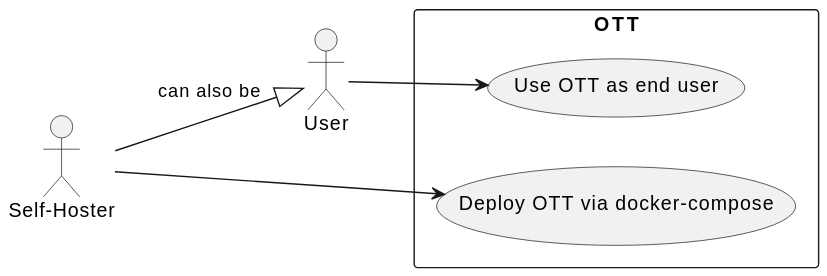
This is figures/use-case-self-host.svg from dyc3/senior-design, a PlantUML export, as it was before one commit.
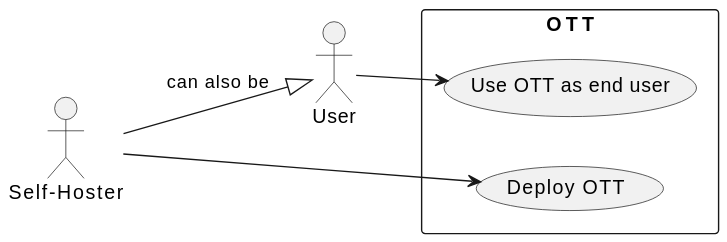
After the change.

Commit message:
rename use cases and minor diagram edit (#156)

Fixes #130

Change to the diagram source:
```diff
@@ -3,7 +3,7 @@
 actor "Self-Hoster" as hoster
 actor "User" as user
 rectangle OTT {
-  usecase "Deploy OTT via docker-compose" as UC1
+  usecase "Deploy OTT" as UC1
   usecase "Use OTT as end user" as UC2
 }
 hoster --> UC1
```
